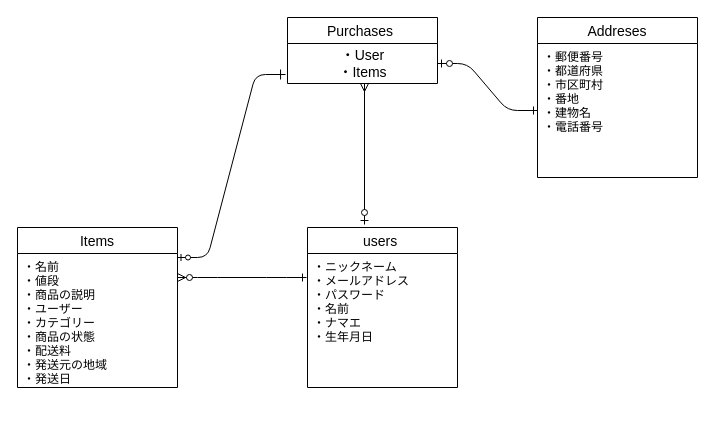
The draw.io diagram readme.dio in mera-tho/furima-28613, before the edit. Source tidied: cells renumbered, new cells numbered last; positions are measured from the earlier drawing's top-left corner, leaving out a move shared by most shapes. Both pictures are drawn from the tidied source at 100%, with x=0, y=0 at pixel (17, 17).
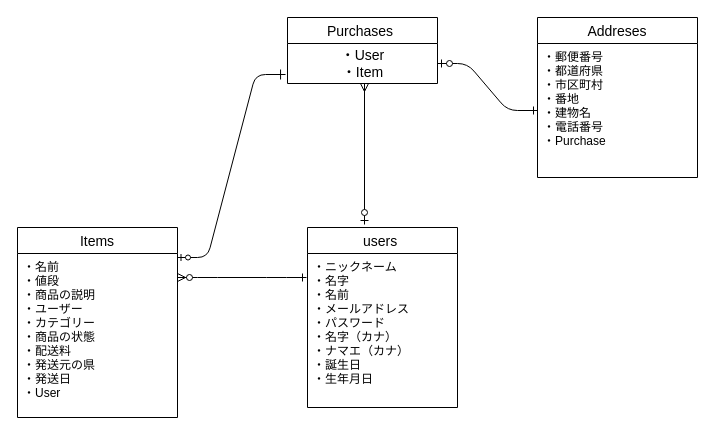
After the change.

What changed in the source:
```diff
@@
 <mxGraphModel>
   <root>
     <mxCell id="0" />
     <mxCell id="1" parent="0" />
     <mxCell id="2" value="users " style="swimlane;fontStyle=0;horizontal=1;startSize=26;align=center;fontSize=14;" parent="1" vertex="1">
-      <mxGeometry x="290" y="210" width="150" height="160" as="geometry" />
+      <mxGeometry x="290" y="210" width="150" height="180" as="geometry" />
     </mxCell>
-    <mxCell id="3" value="・ニックネーム&#10;・メールアドレス&#10;・パスワード&#10;・名前&#10;・ナマエ&#10;・生年月日&#10;" style="text;strokeColor=none;fillColor=none;spacingLeft=4;spacingRight=4;overflow=hidden;fontSize=12;" parent="2" vertex="1">
-      <mxGeometry y="26" width="150" height="134" as="geometry" />
+    <mxCell id="3" value="・ニックネーム&#10;・名字&#10;・名前&#10;・メールアドレス&#10;・パスワード&#10;・名字（カナ）&#10;・ナマエ（カナ）&#10;・誕生日&#10;・生年月日&#10;" style="text;strokeColor=none;fillColor=none;spacingLeft=4;spacingRight=4;overflow=hidden;fontSize=12;" parent="2" vertex="1">
+      <mxGeometry y="26" width="150" height="154" as="geometry" />
     </mxCell>
     <mxCell id="4" value="Items" style="swimlane;fontStyle=0;horizontal=1;startSize=26;align=center;fontSize=14;" parent="1" vertex="1">
-      <mxGeometry y="210" width="160" height="160" as="geometry" />
+      <mxGeometry y="210" width="160" height="190" as="geometry" />
     </mxCell>
-    <mxCell id="5" value="・名前&#10;・値段&#10;・商品の説明&#10;・ユーザー&#10;・カテゴリー&#10;・商品の状態&#10;・配送料&#10;・発送元の地域&#10;・発送日&#10;" style="text;strokeColor=none;fillColor=none;spacingLeft=4;spacingRight=4;overflow=hidden;fontSize=12;" parent="4" vertex="1">
-      <mxGeometry y="26" width="160" height="134" as="geometry" />
+    <mxCell id="5" value="・名前&#10;・値段&#10;・商品の説明&#10;・ユーザー&#10;・カテゴリー&#10;・商品の状態&#10;・配送料&#10;・発送元の県&#10;・発送日&#10;・User&#10;" style="text;strokeColor=none;fillColor=none;spacingLeft=4;spacingRight=4;overflow=hidden;fontSize=12;" parent="4" vertex="1">
+      <mxGeometry y="26" width="160" height="164" as="geometry" />
     </mxCell>
     <mxCell id="6" value="Addreses" style="swimlane;fontStyle=0;horizontal=1;startSize=26;align=center;fontSize=14;" parent="1" vertex="1">
       <mxGeometry x="520" width="160" height="160" as="geometry" />
     </mxCell>
-    <mxCell id="7" value="・郵便番号&#10;・都道府県&#10;・市区町村&#10;・番地&#10;・建物名&#10;・電話番号&#10;" style="text;strokeColor=none;fillColor=none;spacingLeft=4;spacingRight=4;overflow=hidden;points=[[0,0.5],[1,0.5]];portConstraint=eastwest;fontSize=12;" parent="6" vertex="1">
+    <mxCell id="7" value="・郵便番号&#10;・都道府県&#10;・市区町村&#10;・番地&#10;・建物名&#10;・電話番号&#10;・Purchase" style="text;strokeColor=none;fillColor=none;spacingLeft=4;spacingRight=4;overflow=hidden;points=[[0,0.5],[1,0.5]];portConstraint=eastwest;fontSize=12;" parent="6" vertex="1">
       <mxGeometry y="26" width="160" height="134" as="geometry" />
     </mxCell>
     <mxCell id="8" value="Purchases " style="swimlane;fontStyle=0;horizontal=1;startSize=26;align=center;fontSize=14;" parent="1" vertex="1">
       <mxGeometry x="270" width="150" height="66" as="geometry" />
     </mxCell>
-    <mxCell id="9" value="・User&lt;br&gt;・Items" style="text;html=1;align=center;verticalAlign=middle;points=[];fontSize=14;" parent="8" vertex="1">
+    <mxCell id="9" value="・User&lt;br&gt;・Item" style="text;html=1;align=center;verticalAlign=middle;points=[];fontSize=14;" parent="8" vertex="1">
       <mxGeometry y="26" width="150" height="40" as="geometry" />
     </mxCell>
     <mxCell id="10" style="fontSize=12;html=1;endArrow=ERoneToMany;strokeColor=none;" parent="1" edge="1">
       <mxGeometry relative="1" as="geometry">
         <mxPoint x="350" y="170" as="sourcePoint" />
         <mxPoint x="450" y="70" as="targetPoint" />
       </mxGeometry>
     </mxCell>
     <mxCell id="11" style="edgeStyle=entityRelationEdgeStyle;fontSize=12;html=1;endArrow=ERone;endFill=0;startArrow=ERzeroToMany;" parent="1" edge="1">
       <mxGeometry relative="1" as="geometry">
         <mxPoint x="160" y="260" as="sourcePoint" />
         <mxPoint x="289" y="260" as="targetPoint" />
       </mxGeometry>
     </mxCell>
     <mxCell id="12" style="edgeStyle=entityRelationEdgeStyle;fontSize=12;html=1;endArrow=ERone;endFill=0;startArrow=ERzeroToOne;startFill=1;" parent="1" edge="1" source="9" target="7">
       <mxGeometry relative="1" as="geometry" />
     </mxCell>
     <mxCell id="13" style="edgeStyle=entityRelationEdgeStyle;fontSize=12;html=1;endArrow=ERone;entryX=-0.013;entryY=0.775;entryDx=0;entryDy=0;entryPerimeter=0;startArrow=ERzeroToOne;startFill=1;endFill=0;endSize=8;startSize=5;" parent="1" edge="1" target="9">
       <mxGeometry relative="1" as="geometry">
         <mxPoint x="160" y="240" as="sourcePoint" />
       </mxGeometry>
     </mxCell>
     <mxCell id="14" style="endArrow=ERzeroToOne;html=1;rounded=0;fontSize=14;startArrow=ERmany;startFill=0;endFill=1;sourcePerimeterSpacing=7;" parent="1" edge="1">
       <mxGeometry relative="1" as="geometry">
         <mxPoint x="347" y="66" as="sourcePoint" />
         <mxPoint x="347" y="207" as="targetPoint" />
       </mxGeometry>
     </mxCell>
   </root>
 </mxGraphModel>
```
